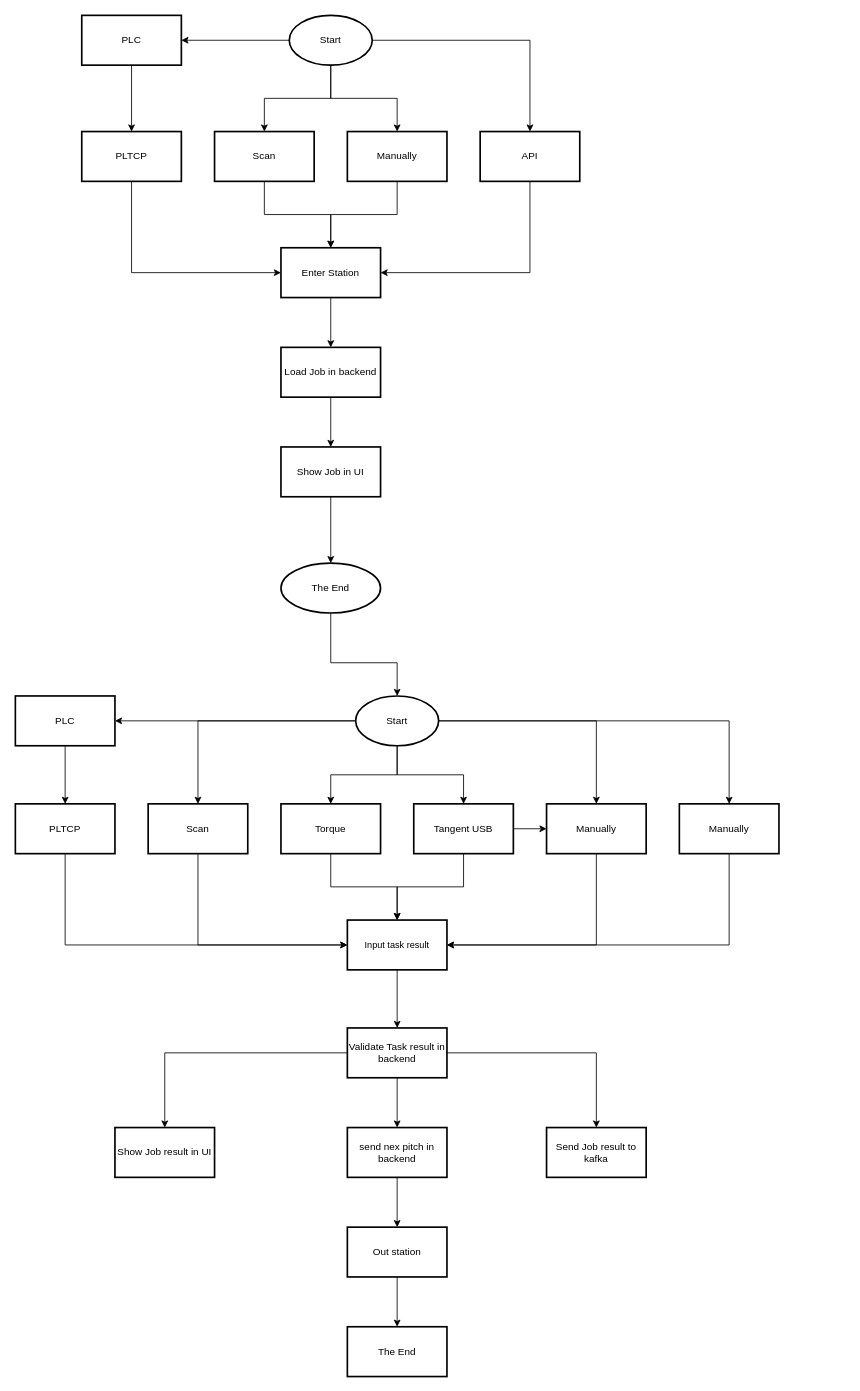
Above: SC-Business-logical-map.drawio in ghost109/flowmap (draw.io), before the change. Source tidied: cells renumbered, new cells numbered last; positions are measured from the earlier drawing's top-left corner, leaving out a move shared by most shapes. Both pictures are drawn from the tidied source at 83%, with x=0, y=0 at pixel (15, 15).
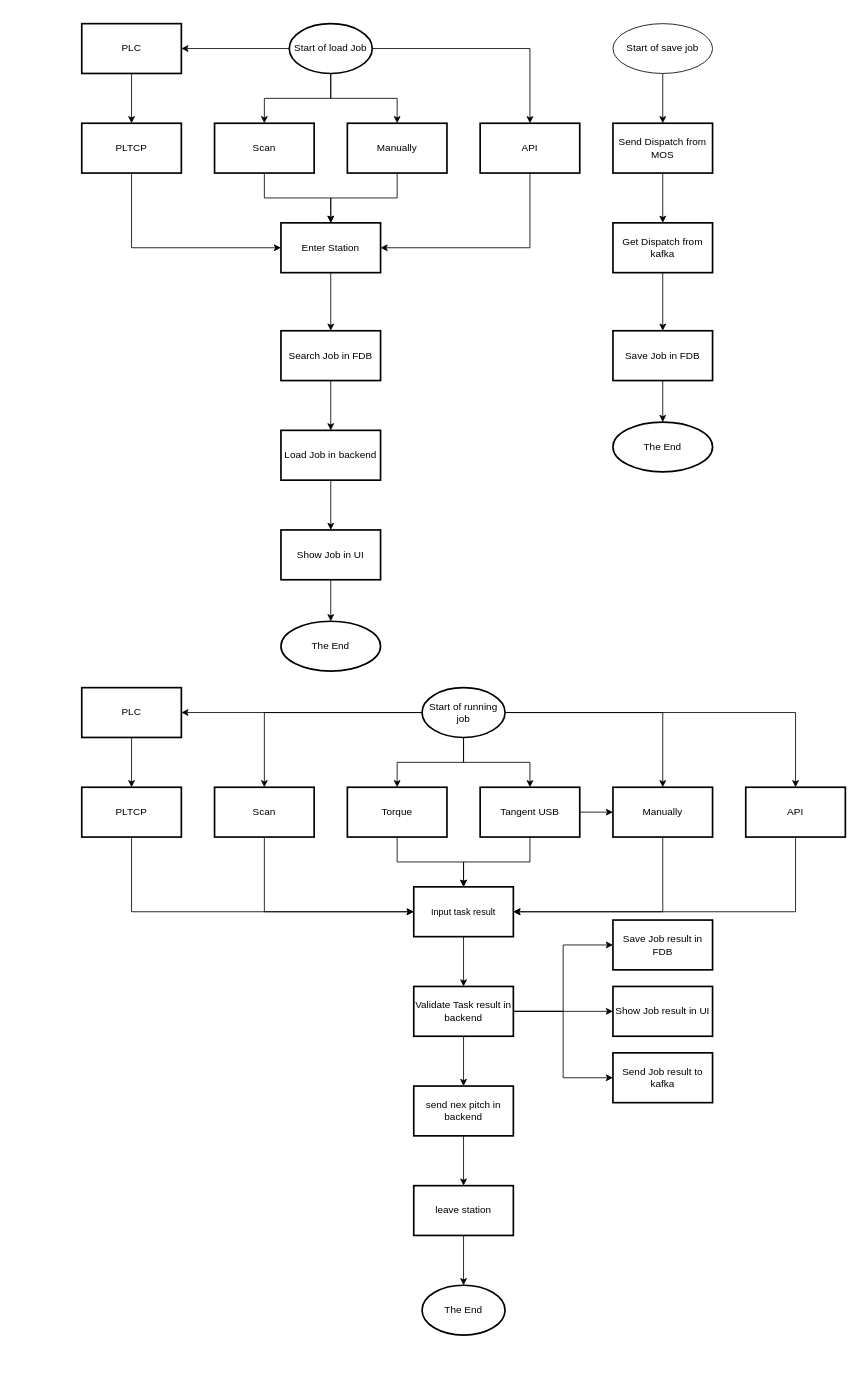
The same diagram, later.

Diff of the diagram source:
```diff
@@
-    <mxCell id="6" value="Start" style="strokeWidth=2;html=1;shape=mxgraph.flowchart.start_1;whiteSpace=wrap;" parent="1" vertex="1">
-      <mxGeometry x="330" width="100" height="60" as="geometry" />
+    <mxCell id="6" value="Start of load Job" style="strokeWidth=2;html=1;shape=mxgraph.flowchart.start_1;whiteSpace=wrap;" parent="1" vertex="1">
+      <mxGeometry x="330" y="10" width="100" height="60" as="geometry" />
     </mxCell>
-    <mxCell id="7" style="edgeStyle=orthogonalEdgeStyle;rounded=0;jettySize=auto;html=1;" parent="1" edge="1" source="8" target="10">
+    <mxCell id="7" style="edgeStyle=orthogonalEdgeStyle;rounded=0;jettySize=auto;html=1;entryX=0.5;entryY=0;entryDx=0;entryDy=0;" parent="1" edge="1" source="8" target="63">
       <mxGeometry relative="1" as="geometry" />
     </mxCell>
     <mxCell id="8" value="Enter Station" style="whiteSpace=wrap;html=1;strokeWidth=2;" parent="1" vertex="1">
-      <mxGeometry x="320" y="280" width="120" height="60" as="geometry" />
+      <mxGeometry x="320" y="250" width="120" height="60" as="geometry" />
     </mxCell>
@@
     <mxCell id="10" value="Load Job in backend" style="whiteSpace=wrap;html=1;strokeWidth=2;" parent="1" vertex="1">
-      <mxGeometry x="320" y="400" width="120" height="60" as="geometry" />
+      <mxGeometry x="320" y="500" width="120" height="60" as="geometry" />
     </mxCell>
@@
     <mxCell id="12" value="Show Job in UI" style="whiteSpace=wrap;html=1;strokeWidth=2;" parent="1" vertex="1">
-      <mxGeometry x="320" y="520" width="120" height="60" as="geometry" />
+      <mxGeometry x="320" y="620" width="120" height="60" as="geometry" />
     </mxCell>
     <mxCell id="13" style="edgeStyle=orthogonalEdgeStyle;rounded=0;jettySize=auto;html=1;entryX=0.5;entryY=0;entryDx=0;entryDy=0;" parent="1" edge="1" source="14" target="8">
-      <mxGeometry relative="1" as="geometry" />
+      <mxGeometry relative="1" as="geometry">
+        <Array as="points">
+          <mxPoint x="300" y="220" />
+          <mxPoint x="380" y="220" />
+        </Array>
+      </mxGeometry>
     </mxCell>
     <mxCell id="14" value="Scan" style="whiteSpace=wrap;html=1;strokeWidth=2;" parent="1" vertex="1">
-      <mxGeometry x="240" y="140" width="120" height="60" as="geometry" />
+      <mxGeometry x="240" y="130" width="120" height="60" as="geometry" />
     </mxCell>
     <mxCell id="15" style="edgeStyle=orthogonalEdgeStyle;rounded=0;jettySize=auto;html=1;entryX=0.5;entryY=0;entryDx=0;entryDy=0;" parent="1" edge="1" source="16" target="8">
-      <mxGeometry relative="1" as="geometry" />
+      <mxGeometry relative="1" as="geometry">
+        <Array as="points">
+          <mxPoint x="460" y="220" />
+          <mxPoint x="380" y="220" />
+        </Array>
+      </mxGeometry>
     </mxCell>
     <mxCell id="16" value="Manually" style="whiteSpace=wrap;html=1;strokeWidth=2;" parent="1" vertex="1">
-      <mxGeometry x="400" y="140" width="120" height="60" as="geometry" />
+      <mxGeometry x="400" y="130" width="120" height="60" as="geometry" />
     </mxCell>
     <mxCell id="17" style="edgeStyle=orthogonalEdgeStyle;rounded=0;jettySize=auto;html=1;entryX=0;entryY=0.5;entryDx=0;entryDy=0;" parent="1" edge="1" source="18" target="8">
       <mxGeometry relative="1" as="geometry">
         <Array as="points">
-          <mxPoint x="140" y="310" />
+          <mxPoint x="140" y="280" />
         </Array>
       </mxGeometry>
     </mxCell>
     <mxCell id="18" value="PLTCP" style="whiteSpace=wrap;html=1;strokeWidth=2;" parent="1" vertex="1">
-      <mxGeometry x="80" y="140" width="120" height="60" as="geometry" />
+      <mxGeometry x="80" y="130" width="120" height="60" as="geometry" />
     </mxCell>
@@
     <mxCell id="20" value="PLC" style="whiteSpace=wrap;html=1;strokeWidth=2;" parent="1" vertex="1">
-      <mxGeometry x="80" width="120" height="60" as="geometry" />
+      <mxGeometry x="80" y="10" width="120" height="60" as="geometry" />
     </mxCell>
     <mxCell id="21" style="edgeStyle=orthogonalEdgeStyle;rounded=0;jettySize=auto;html=1;entryX=1;entryY=0.5;entryDx=0;entryDy=0;" parent="1" edge="1" source="22" target="8">
       <mxGeometry relative="1" as="geometry">
         <Array as="points">
-          <mxPoint x="620" y="310" />
+          <mxPoint x="620" y="280" />
         </Array>
       </mxGeometry>
     </mxCell>
     <mxCell id="22" value="API" style="whiteSpace=wrap;html=1;strokeWidth=2;" parent="1" vertex="1">
-      <mxGeometry x="560" y="140" width="120" height="60" as="geometry" />
+      <mxGeometry x="560" y="130" width="120" height="60" as="geometry" />
     </mxCell>
@@
     <mxCell id="24" value="send nex pitch in backend" style="whiteSpace=wrap;html=1;strokeWidth=2;" parent="1" vertex="1">
-      <mxGeometry x="400" y="1340" width="120" height="60" as="geometry" />
+      <mxGeometry x="480" y="1290" width="120" height="60" as="geometry" />
     </mxCell>
-    <mxCell id="25" style="edgeStyle=orthogonalEdgeStyle;rounded=0;jettySize=auto;html=1;entryX=0.5;entryY=0;entryDx=0;entryDy=0;entryPerimeter=0;" parent="1" edge="1" source="26" target="33">
-      <mxGeometry relative="1" as="geometry">
-        <Array as="points">
-          <mxPoint x="380" y="780" />
-          <mxPoint x="460" y="780" />
-        </Array>
-      </mxGeometry>
-    </mxCell>
     <mxCell id="26" value="The End" style="ellipse;whiteSpace=wrap;html=1;strokeWidth=2;" parent="1" vertex="1">
-      <mxGeometry x="320" y="660" width="120" height="60" as="geometry" />
+      <mxGeometry x="320" y="730" width="120" height="60" as="geometry" />
     </mxCell>
@@
-    <mxCell id="33" value="Start" style="strokeWidth=2;html=1;shape=mxgraph.flowchart.start_1;whiteSpace=wrap;" parent="1" vertex="1">
-      <mxGeometry x="410" y="820" width="100" height="60" as="geometry" />
+    <mxCell id="33" value="Start of running job" style="strokeWidth=2;html=1;shape=mxgraph.flowchart.start_1;whiteSpace=wrap;" parent="1" vertex="1">
+      <mxGeometry x="490" y="810" width="100" height="60" as="geometry" />
     </mxCell>
@@
     <mxCell id="35" value="&lt;span style=&quot;font-size: 11px ; background-color: rgb(255 , 255 , 255)&quot;&gt;Input task result&lt;/span&gt;" style="whiteSpace=wrap;html=1;strokeWidth=2;" parent="1" vertex="1">
-      <mxGeometry x="400" y="1090" width="120" height="60" as="geometry" />
+      <mxGeometry x="480" y="1050" width="120" height="60" as="geometry" />
     </mxCell>
-    <mxCell id="36" style="edgeStyle=orthogonalEdgeStyle;rounded=0;jettySize=auto;html=1;" parent="1" edge="1" source="39" target="40">
+    <mxCell id="36" style="edgeStyle=orthogonalEdgeStyle;rounded=0;jettySize=auto;html=1;entryX=0;entryY=0.5;entryDx=0;entryDy=0;" parent="1" edge="1" source="39" target="40">
       <mxGeometry relative="1" as="geometry" />
     </mxCell>
-    <mxCell id="37" style="edgeStyle=orthogonalEdgeStyle;rounded=0;jettySize=auto;html=1;" parent="1" edge="1" source="39" target="54">
+    <mxCell id="37" style="edgeStyle=orthogonalEdgeStyle;rounded=0;jettySize=auto;html=1;entryX=0;entryY=0.5;entryDx=0;entryDy=0;" parent="1" edge="1" source="39" target="54">
       <mxGeometry relative="1" as="geometry" />
     </mxCell>
+    <mxCell id="60" style="edgeStyle=orthogonalEdgeStyle;rounded=0;jettySize=auto;html=1;entryX=0;entryY=0.5;entryDx=0;entryDy=0;" parent="1" edge="1" source="39" target="72">
+      <mxGeometry relative="1" as="geometry" />
+    </mxCell>
@@
     <mxCell id="39" value="Validate Task result in backend" style="whiteSpace=wrap;html=1;strokeWidth=2;" parent="1" vertex="1">
-      <mxGeometry x="400" y="1220" width="120" height="60" as="geometry" />
+      <mxGeometry x="480" y="1170" width="120" height="60" as="geometry" />
     </mxCell>
-    <mxCell id="40" value="Send Job result to kafka" style="whiteSpace=wrap;html=1;strokeWidth=2;" parent="1" vertex="1">
-      <mxGeometry x="640" y="1340" width="120" height="60" as="geometry" />
+    <mxCell id="40" value="Save Job result in FDB" style="whiteSpace=wrap;html=1;strokeWidth=2;" parent="1" vertex="1">
+      <mxGeometry x="720" y="1090" width="120" height="60" as="geometry" />
     </mxCell>
     <mxCell id="41" style="edgeStyle=orthogonalEdgeStyle;rounded=0;jettySize=auto;html=1;entryX=0;entryY=0.5;entryDx=0;entryDy=0;" parent="1" edge="1" source="42" target="35">
       <mxGeometry relative="1" as="geometry">
         <Array as="points">
-          <mxPoint x="220" y="1120" />
+          <mxPoint x="300" y="1080" />
         </Array>
       </mxGeometry>
     </mxCell>
     <mxCell id="42" value="Scan" style="whiteSpace=wrap;html=1;strokeWidth=2;" parent="1" vertex="1">
-      <mxGeometry x="160" y="950" width="120" height="60" as="geometry" />
+      <mxGeometry x="240" y="930" width="120" height="60" as="geometry" />
     </mxCell>
     <mxCell id="43" style="edgeStyle=orthogonalEdgeStyle;rounded=0;jettySize=auto;html=1;entryX=1;entryY=0.5;entryDx=0;entryDy=0;" parent="1" edge="1" source="44" target="35">
       <mxGeometry relative="1" as="geometry">
         <Array as="points">
-          <mxPoint x="700" y="1120" />
+          <mxPoint x="780" y="1080" />
         </Array>
       </mxGeometry>
     </mxCell>
     <mxCell id="44" value="Manually" style="whiteSpace=wrap;html=1;strokeWidth=2;" parent="1" vertex="1">
-      <mxGeometry x="640" y="950" width="120" height="60" as="geometry" />
+      <mxGeometry x="720" y="930" width="120" height="60" as="geometry" />
     </mxCell>
     <mxCell id="45" style="edgeStyle=orthogonalEdgeStyle;rounded=0;jettySize=auto;html=1;entryX=0;entryY=0.5;entryDx=0;entryDy=0;" parent="1" edge="1" source="46" target="35">
       <mxGeometry relative="1" as="geometry">
         <Array as="points">
-          <mxPoint x="60" y="1120" />
+          <mxPoint x="140" y="1080" />
         </Array>
       </mxGeometry>
     </mxCell>
     <mxCell id="46" value="PLTCP" style="whiteSpace=wrap;html=1;strokeWidth=2;" parent="1" vertex="1">
-      <mxGeometry y="950" width="120" height="60" as="geometry" />
+      <mxGeometry x="80" y="930" width="120" height="60" as="geometry" />
     </mxCell>
@@
     <mxCell id="48" value="PLC" style="whiteSpace=wrap;html=1;strokeWidth=2;" parent="1" vertex="1">
-      <mxGeometry y="820" width="120" height="60" as="geometry" />
+      <mxGeometry x="80" y="810" width="120" height="60" as="geometry" />
     </mxCell>
@@
     <mxCell id="50" value="Torque" style="whiteSpace=wrap;html=1;strokeWidth=2;" parent="1" vertex="1">
-      <mxGeometry x="320" y="950" width="120" height="60" as="geometry" />
+      <mxGeometry x="400" y="930" width="120" height="60" as="geometry" />
     </mxCell>
     <mxCell id="51" style="edgeStyle=orthogonalEdgeStyle;rounded=0;jettySize=auto;html=1;entryX=0.5;entryY=0;entryDx=0;entryDy=0;" parent="1" edge="1" source="53" target="35">
       <mxGeometry relative="1" as="geometry">
         <Array as="points">
-          <mxPoint x="540" y="1050" />
-          <mxPoint x="460" y="1050" />
+          <mxPoint x="620" y="1020" />
+          <mxPoint x="540" y="1020" />
         </Array>
       </mxGeometry>
     </mxCell>
@@
     <mxCell id="53" value="Tangent USB" style="whiteSpace=wrap;html=1;strokeWidth=2;" parent="1" vertex="1">
-      <mxGeometry x="480" y="950" width="120" height="60" as="geometry" />
+      <mxGeometry x="560" y="930" width="120" height="60" as="geometry" />
     </mxCell>
     <mxCell id="54" value="Show Job result in UI" style="whiteSpace=wrap;html=1;strokeWidth=2;" parent="1" vertex="1">
-      <mxGeometry x="120" y="1340" width="120" height="60" as="geometry" />
+      <mxGeometry x="720" y="1170" width="120" height="60" as="geometry" />
     </mxCell>
-    <mxCell id="55" style="edgeStyle=orthogonalEdgeStyle;rounded=0;jettySize=auto;html=1;" parent="1" edge="1" source="56" target="57">
-      <mxGeometry relative="1" as="geometry" />
-    </mxCell>
+    <mxCell id="61" style="edgeStyle=orthogonalEdgeStyle;rounded=0;jettySize=auto;html=1;" parent="1" edge="1" source="56" target="74">
+      <mxGeometry relative="1" as="geometry" />
+    </mxCell>
-    <mxCell id="56" value="Out station" style="whiteSpace=wrap;html=1;strokeWidth=2;" parent="1" vertex="1">
-      <mxGeometry x="400" y="1460" width="120" height="60" as="geometry" />
+    <mxCell id="56" value="leave station" style="whiteSpace=wrap;html=1;strokeWidth=2;" parent="1" vertex="1">
+      <mxGeometry x="480" y="1410" width="120" height="60" as="geometry" />
     </mxCell>
-    <mxCell id="57" value="The End" style="whiteSpace=wrap;html=1;strokeWidth=2;" parent="1" vertex="1">
-      <mxGeometry x="400" y="1580" width="120" height="60" as="geometry" />
-    </mxCell>
     <mxCell id="58" style="edgeStyle=orthogonalEdgeStyle;rounded=0;jettySize=auto;html=1;entryX=1;entryY=0.5;entryDx=0;entryDy=0;" parent="1" edge="1" source="59" target="35">
       <mxGeometry relative="1" as="geometry">
         <Array as="points">
-          <mxPoint x="860" y="1120" />
+          <mxPoint x="940" y="1080" />
         </Array>
       </mxGeometry>
     </mxCell>
-    <mxCell id="59" value="Manually" style="whiteSpace=wrap;html=1;strokeWidth=2;" parent="1" vertex="1">
-      <mxGeometry x="800" y="950" width="120" height="60" as="geometry" />
+    <mxCell id="59" value="API" style="whiteSpace=wrap;html=1;strokeWidth=2;" parent="1" vertex="1">
+      <mxGeometry x="880" y="930" width="120" height="60" as="geometry" />
     </mxCell>
+    <mxCell id="62" style="edgeStyle=orthogonalEdgeStyle;rounded=0;jettySize=auto;html=1;" parent="1" edge="1" source="63" target="10">
+      <mxGeometry relative="1" as="geometry" />
+    </mxCell>
+    <mxCell id="63" value="Search Job in FDB" style="whiteSpace=wrap;html=1;strokeWidth=2;" parent="1" vertex="1">
+      <mxGeometry x="320" y="380" width="120" height="60" as="geometry" />
+    </mxCell>
+    <mxCell id="64" style="edgeStyle=orthogonalEdgeStyle;rounded=0;jettySize=auto;html=1;" parent="1" edge="1" source="65" target="73">
+      <mxGeometry relative="1" as="geometry" />
+    </mxCell>
+    <mxCell id="65" value="Save Job in FDB" style="whiteSpace=wrap;html=1;strokeWidth=2;" parent="1" vertex="1">
+      <mxGeometry x="720" y="380" width="120" height="60" as="geometry" />
+    </mxCell>
+    <mxCell id="66" style="edgeStyle=orthogonalEdgeStyle;rounded=0;jettySize=auto;html=1;" parent="1" edge="1" source="67" target="71">
+      <mxGeometry relative="1" as="geometry" />
+    </mxCell>
+    <mxCell id="67" value="Send Dispatch from MOS" style="whiteSpace=wrap;html=1;strokeWidth=2;" parent="1" vertex="1">
+      <mxGeometry x="720" y="130" width="120" height="60" as="geometry" />
+    </mxCell>
+    <mxCell id="68" style="edgeStyle=orthogonalEdgeStyle;rounded=0;jettySize=auto;html=1;" parent="1" edge="1" source="69" target="67">
+      <mxGeometry relative="1" as="geometry" />
+    </mxCell>
+    <mxCell id="69" value="Start of save job" style="ellipse;whiteSpace=wrap;html=1;" parent="1" vertex="1">
+      <mxGeometry x="720" y="10" width="120" height="60" as="geometry" />
+    </mxCell>
+    <mxCell id="70" style="edgeStyle=orthogonalEdgeStyle;rounded=0;jettySize=auto;html=1;" parent="1" edge="1" source="71" target="65">
+      <mxGeometry relative="1" as="geometry" />
+    </mxCell>
+    <mxCell id="71" value="Get Dispatch from kafka" style="whiteSpace=wrap;html=1;strokeWidth=2;" parent="1" vertex="1">
+      <mxGeometry x="720" y="250" width="120" height="60" as="geometry" />
+    </mxCell>
+    <mxCell id="72" value="Send Job result to kafka" style="whiteSpace=wrap;html=1;strokeWidth=2;" parent="1" vertex="1">
+      <mxGeometry x="720" y="1250" width="120" height="60" as="geometry" />
+    </mxCell>
+    <mxCell id="73" value="The End" style="ellipse;whiteSpace=wrap;html=1;strokeWidth=2;" parent="1" vertex="1">
+      <mxGeometry x="720" y="490" width="120" height="60" as="geometry" />
+    </mxCell>
+    <mxCell id="74" value="&lt;span&gt;The End&lt;/span&gt;" style="strokeWidth=2;html=1;shape=mxgraph.flowchart.start_1;whiteSpace=wrap;" parent="1" vertex="1">
+      <mxGeometry x="490" y="1530" width="100" height="60" as="geometry" />
+    </mxCell>
```
